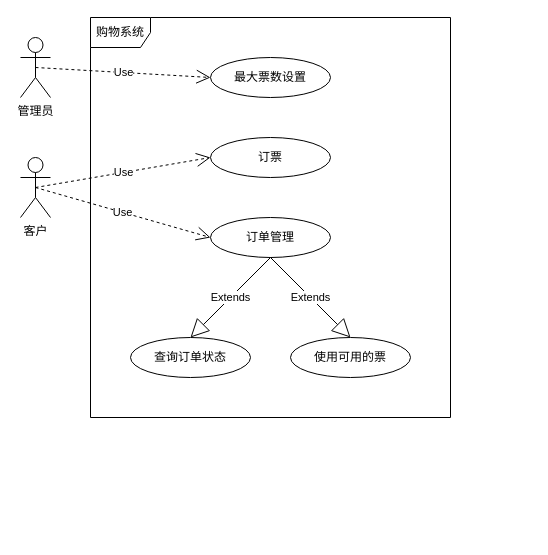
Above: 系统用例图.drawio in Neinheart/git_lab (draw.io), before the change. Source tidied: cells renumbered, new cells numbered last; positions are measured from the earlier drawing's top-left corner, leaving out a move shared by most shapes. Both pictures are drawn from the tidied source at 100%, with x=0, y=0 at pixel (20, 17).
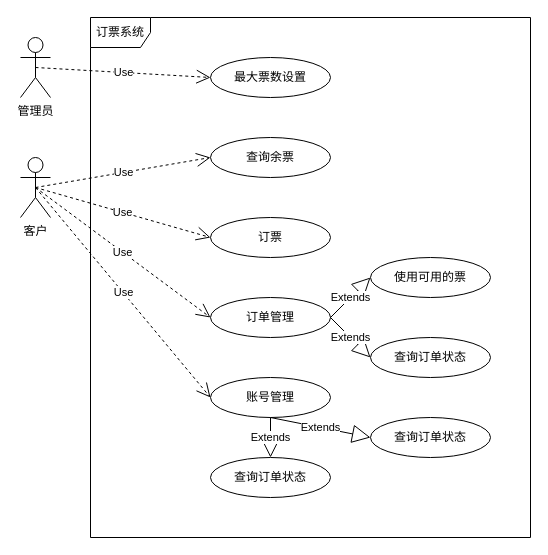
The same page after the edit.

Commit message:
更新系统用例图.drawio

Unchanged cells that the change refers to:
```xml
<mxCell id="2" value="客户" style="shape=umlActor;verticalLabelPosition=bottom;verticalAlign=top;html=1;" parent="1" vertex="1">
  <mxGeometry y="140" width="30" height="60" as="geometry" />
</mxCell>
```

Change to the diagram source:
```diff
@@
-    <mxCell id="4" value="购物系统" style="shape=umlFrame;whiteSpace=wrap;html=1;" parent="1" vertex="1">
-      <mxGeometry x="70" width="360" height="400" as="geometry" />
+    <mxCell id="4" value="订票系统" style="shape=umlFrame;whiteSpace=wrap;html=1;" parent="1" vertex="1">
+      <mxGeometry x="70" width="440" height="520" as="geometry" />
     </mxCell>
@@
     <mxCell id="6" value="订票" style="ellipse;whiteSpace=wrap;html=1;" parent="1" vertex="1">
-      <mxGeometry x="190" y="120" width="120" height="40" as="geometry" />
+      <mxGeometry x="190" y="200" width="120" height="40" as="geometry" />
     </mxCell>
     <mxCell id="7" value="订单管理" style="ellipse;whiteSpace=wrap;html=1;" parent="1" vertex="1">
-      <mxGeometry x="190" y="200" width="120" height="40" as="geometry" />
+      <mxGeometry x="190" y="280" width="120" height="40" as="geometry" />
     </mxCell>
     <mxCell id="8" value="查询订单状态" style="ellipse;whiteSpace=wrap;html=1;" parent="1" vertex="1">
-      <mxGeometry x="110" y="320" width="120" height="40" as="geometry" />
+      <mxGeometry x="350" y="320" width="120" height="40" as="geometry" />
     </mxCell>
     <mxCell id="9" value="使用可用的票" style="ellipse;whiteSpace=wrap;html=1;" parent="1" vertex="1">
-      <mxGeometry x="270" y="320" width="120" height="40" as="geometry" />
+      <mxGeometry x="350" y="240" width="120" height="40" as="geometry" />
     </mxCell>
-    <mxCell id="10" value="Extends" style="endArrow=block;endSize=16;endFill=0;html=1;exitX=0.5;exitY=1;exitDx=0;exitDy=0;entryX=0.5;entryY=0;entryDx=0;entryDy=0;" parent="1" edge="1" source="7" target="8">
+    <mxCell id="10" value="Extends" style="endArrow=block;endSize=16;endFill=0;html=1;exitX=1;exitY=0.5;exitDx=0;exitDy=0;entryX=0;entryY=0.5;entryDx=0;entryDy=0;" parent="1" edge="1" source="7" target="8">
       <mxGeometry relative="1" as="geometry" />
     </mxCell>
-    <mxCell id="11" value="Extends" style="endArrow=block;endSize=16;endFill=0;html=1;exitX=0.5;exitY=1;exitDx=0;exitDy=0;entryX=0.5;entryY=0;entryDx=0;entryDy=0;" parent="1" edge="1" source="7" target="9">
-      <mxGeometry relative="1" as="geometry" />
+    <mxCell id="11" value="Extends" style="endArrow=block;endSize=16;endFill=0;html=1;entryX=0;entryY=0.5;entryDx=0;entryDy=0;" parent="1" edge="1" target="9">
+      <mxGeometry relative="1" as="geometry">
+        <mxPoint x="310" y="300" as="sourcePoint" />
+      </mxGeometry>
     </mxCell>
@@
+    <mxCell id="15" value="查询余票" style="ellipse;whiteSpace=wrap;html=1;" parent="1" vertex="1">
+      <mxGeometry x="190" y="120" width="120" height="40" as="geometry" />
+    </mxCell>
+    <mxCell id="16" value="Use" style="endArrow=open;endSize=12;dashed=1;html=1;exitX=0.5;exitY=0.5;exitDx=0;exitDy=0;exitPerimeter=0;entryX=0;entryY=0.5;entryDx=0;entryDy=0;" parent="1" edge="1" source="2" target="15">
+      <mxGeometry relative="1" as="geometry" />
+    </mxCell>
+    <mxCell id="17" value="账号管理" style="ellipse;whiteSpace=wrap;html=1;" parent="1" vertex="1">
+      <mxGeometry x="190" y="360" width="120" height="40" as="geometry" />
+    </mxCell>
+    <mxCell id="18" value="查询订单状态" style="ellipse;whiteSpace=wrap;html=1;" parent="1" vertex="1">
+      <mxGeometry x="190" y="440" width="120" height="40" as="geometry" />
+    </mxCell>
+    <mxCell id="19" value="查询订单状态" style="ellipse;whiteSpace=wrap;html=1;" parent="1" vertex="1">
+      <mxGeometry x="350" y="400" width="120" height="40" as="geometry" />
+    </mxCell>
+    <mxCell id="20" value="Extends" style="endArrow=block;endSize=16;endFill=0;html=1;entryX=0.5;entryY=0;entryDx=0;entryDy=0;exitX=0.5;exitY=1;exitDx=0;exitDy=0;" parent="1" edge="1" source="17" target="18">
+      <mxGeometry relative="1" as="geometry" />
+    </mxCell>
+    <mxCell id="21" value="Extends" style="endArrow=block;endSize=16;endFill=0;html=1;entryX=0;entryY=0.5;entryDx=0;entryDy=0;exitX=0.5;exitY=1;exitDx=0;exitDy=0;" parent="1" edge="1" source="17" target="19">
+      <mxGeometry relative="1" as="geometry" />
+    </mxCell>
+    <mxCell id="22" value="Use" style="endArrow=open;endSize=12;dashed=1;html=1;exitX=0.5;exitY=0.5;exitDx=0;exitDy=0;exitPerimeter=0;entryX=0;entryY=0.5;entryDx=0;entryDy=0;" parent="1" edge="1" source="2" target="17">
+      <mxGeometry relative="1" as="geometry" />
+    </mxCell>
```
